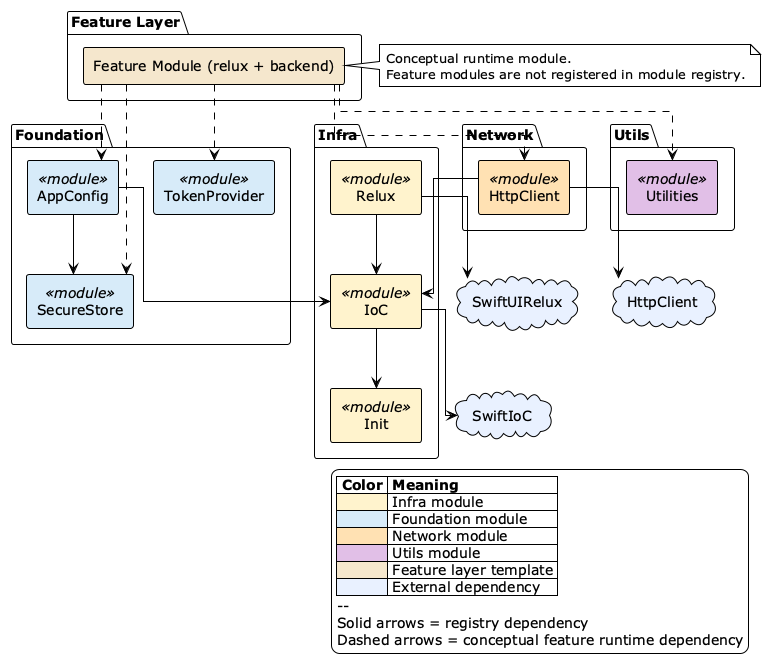
relux-works/skill-ios-app-manager keeps this PlantUML diagram as diagrams/scaffolding-pipeline.png. Above is the earlier version.
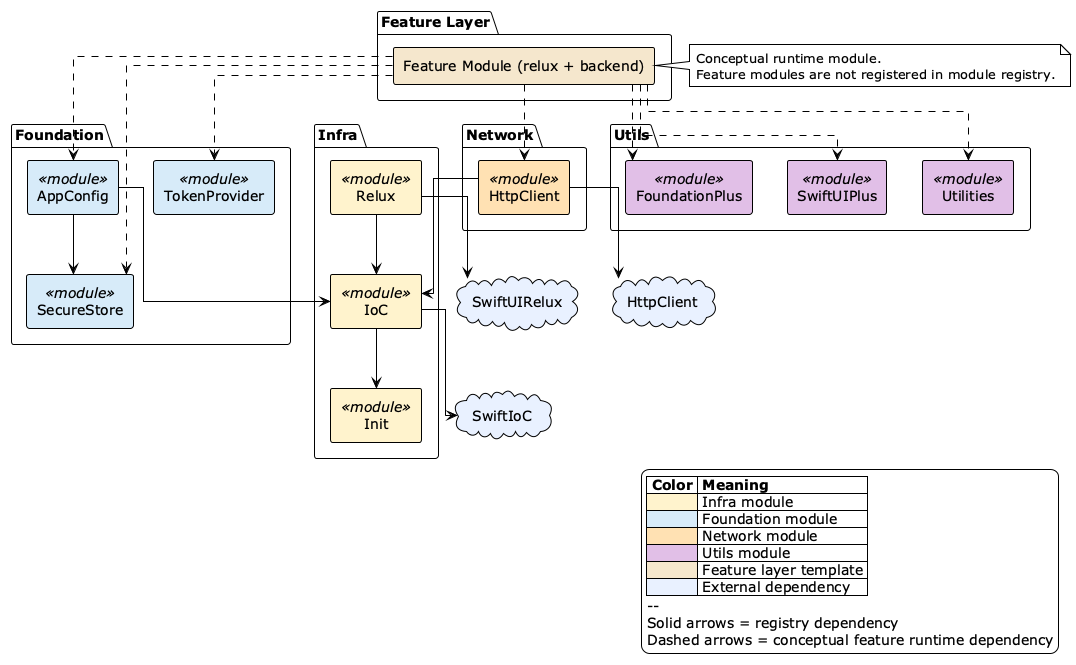
The same diagram one commit later.

What changed in the source:
```diff
@@ -26,6 +26,8 @@
 
 package "Utils" {
   component "Utilities" as mod_utilities <<module>> #E1BEE7
+  component "FoundationPlus" as mod_foundation_plus <<module>> #E1BEE7
+  component "SwiftUIPlus" as mod_swiftui_plus <<module>> #E1BEE7
 }
 
 package "Feature Layer" {
@@ -42,6 +44,8 @@
 FeatureModule ..> mod_token_provider
 FeatureModule ..> mod_http_client
 FeatureModule ..> mod_utilities
+FeatureModule ..> mod_foundation_plus
+FeatureModule ..> mod_swiftui_plus
 
 mod_ioc --> mod_init
 mod_relux --> mod_ioc
```
